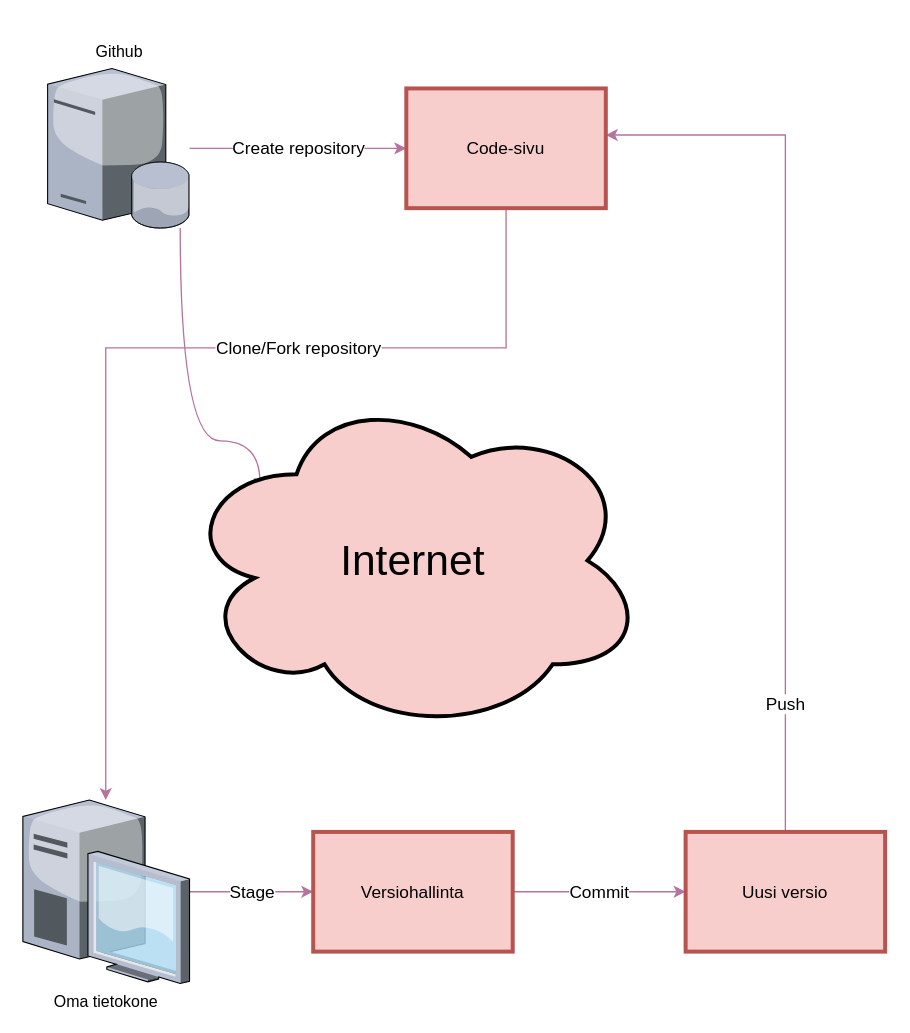
Before: docs/pictures/versiohallinta.drawio in millahuotari/Start, a draw.io diagram. Source tidied: cells renumbered, new cells numbered last; positions are measured from the earlier drawing's top-left corner, leaving out a move shared by most shapes. Both pictures are drawn from the tidied source at 133%, with x=0, y=0 at pixel (23, 68).
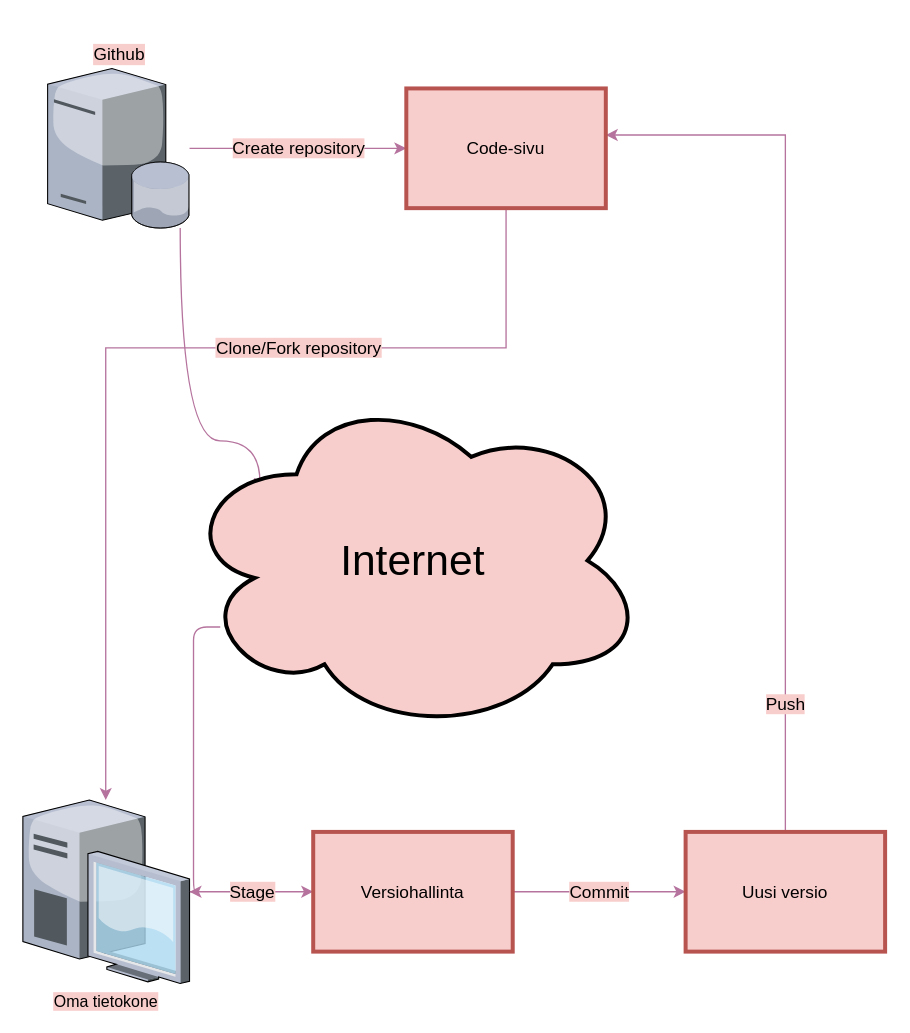
The same page after the edit.

Commit message (it also covers changes not shown here):
Versiohallinta tumma pohja uusin

The change refers to these unchanged cells:
```xml
<mxCell id="8" value="&lt;font face=&quot;Helvetica&quot;&gt;Versiohallinta&lt;/font&gt;" style="rounded=0;whiteSpace=wrap;html=1;fontFamily=Georgia;fontSize=13;fillColor=#f8cecc;strokeColor=#b85450;strokeWidth=3;" parent="1" vertex="1">
  <mxGeometry x="218" y="574" width="150" height="90" as="geometry" />
</mxCell>
<mxCell id="10" value="&lt;font face=&quot;Helvetica&quot;&gt;Uusi versio&lt;/font&gt;" style="rounded=0;whiteSpace=wrap;html=1;fontFamily=Georgia;fontSize=13;fillColor=#f8cecc;strokeColor=#b85450;strokeWidth=3;" parent="1" vertex="1">
  <mxGeometry x="498" y="574" width="150" height="90" as="geometry" />
</mxCell>
<mxCell id="12" value="&lt;font face=&quot;Helvetica&quot;&gt;Code-sivu&lt;/font&gt;" style="rounded=0;whiteSpace=wrap;html=1;fontFamily=Georgia;fontSize=13;fillColor=#f8cecc;strokeColor=#b85450;strokeWidth=3;" parent="1" vertex="1">
  <mxGeometry x="288" y="15" width="150" height="90" as="geometry" />
</mxCell>
<mxCell id="13" value="Internet" style="ellipse;shape=cloud;whiteSpace=wrap;html=1;strokeWidth=3;fontFamily=Helvetica;fontSize=32;fillColor=#F8CECC;gradientColor=none;" parent="1" vertex="1">
  <mxGeometry x="118" y="240" width="350" height="260" as="geometry" />
</mxCell>
```

Diff of the diagram source:
```diff
@@
-    <mxCell id="2" value="Create repository" style="edgeStyle=orthogonalEdgeStyle;rounded=0;jettySize=auto;html=1;fontFamily=Helvetica;fontSize=13;strokeColor=#B5739D;" parent="1" edge="1" source="4" target="12">
+    <mxCell id="2" value="Create repository" style="edgeStyle=orthogonalEdgeStyle;rounded=0;jettySize=auto;html=1;fontFamily=Helvetica;fontSize=13;strokeColor=#B5739D;labelBackgroundColor=#F8CECC;" parent="1" edge="1" source="4" target="12">
       <mxGeometry relative="1" as="geometry">
         <Array as="points">
           <mxPoint x="178" y="60" />
           <mxPoint x="178" y="60" />
         </Array>
       </mxGeometry>
     </mxCell>
@@
-    <mxCell id="4" value="&lt;font face=&quot;Helvetica&quot;&gt;&lt;span style=&quot;font-size: 12px;&quot;&gt;Github&lt;/span&gt;&lt;/font&gt;" style="verticalLabelPosition=top;sketch=0;html=1;verticalAlign=bottom;strokeColor=none;align=center;outlineConnect=0;shape=mxgraph.citrix.database_server;fontFamily=Georgia;fontSize=25;gradientColor=none;labelPosition=center;" parent="1" vertex="1">
+    <mxCell id="4" value="&lt;font face=&quot;Helvetica&quot;&gt;Github&lt;/font&gt;" style="verticalLabelPosition=top;sketch=0;html=1;verticalAlign=bottom;strokeColor=none;align=center;outlineConnect=0;shape=mxgraph.citrix.database_server;fontFamily=Georgia;fontSize=13;gradientColor=none;labelPosition=center;fontColor=#000000;labelBackgroundColor=#F8CECC;" parent="1" vertex="1">
       <mxGeometry x="18.3" width="106.7" height="120" as="geometry" />
     </mxCell>
-    <mxCell id="5" value="Stage" style="edgeStyle=orthogonalEdgeStyle;rounded=0;jettySize=auto;html=1;entryX=0;entryY=0.5;entryDx=0;entryDy=0;fontFamily=Helvetica;fontSize=13;strokeColor=#B5739D;" parent="1" edge="1" source="6" target="8">
+    <mxCell id="5" value="Stage" style="edgeStyle=orthogonalEdgeStyle;rounded=0;jettySize=auto;html=1;entryX=0;entryY=0.5;entryDx=0;entryDy=0;fontFamily=Helvetica;fontSize=13;strokeColor=#B5739D;fontColor=#000000;labelBackgroundColor=#F8CECC;" parent="1" edge="1" source="6" target="8">
       <mxGeometry relative="1" as="geometry" />
     </mxCell>
-    <mxCell id="6" value="&lt;font face=&quot;Helvetica&quot;&gt;Oma tietokone&lt;/font&gt;" style="verticalLabelPosition=bottom;sketch=0;html=1;verticalAlign=top;strokeColor=none;align=center;outlineConnect=0;shape=mxgraph.citrix.desktop;fontFamily=Georgia;fontSize=12;gradientColor=none;" parent="1" vertex="1">
+    <mxCell id="6" value="&lt;font face=&quot;Helvetica&quot;&gt;Oma tietokone&lt;/font&gt;" style="verticalLabelPosition=bottom;sketch=0;html=1;verticalAlign=top;strokeColor=none;align=center;outlineConnect=0;shape=mxgraph.citrix.desktop;fontFamily=Georgia;fontSize=12;gradientColor=none;labelBackgroundColor=#F8CECC;" parent="1" vertex="1">
       <mxGeometry x="-0.3" y="550" width="125.3" height="138" as="geometry" />
     </mxCell>
-    <mxCell id="7" value="Commit" style="edgeStyle=orthogonalEdgeStyle;rounded=0;jettySize=auto;html=1;entryX=0;entryY=0.5;entryDx=0;entryDy=0;fontFamily=Helvetica;fontSize=13;strokeColor=#B5739D;" parent="1" edge="1" source="8" target="10">
+    <mxCell id="7" value="Commit" style="edgeStyle=orthogonalEdgeStyle;rounded=0;jettySize=auto;html=1;entryX=0;entryY=0.5;entryDx=0;entryDy=0;fontFamily=Helvetica;fontSize=13;strokeColor=#B5739D;fontColor=#000000;labelBackgroundColor=#F8CECC;" parent="1" edge="1" source="8" target="10">
       <mxGeometry relative="1" as="geometry" />
     </mxCell>
@@
-    <mxCell id="9" value="Push" style="edgeStyle=orthogonalEdgeStyle;rounded=0;jettySize=auto;html=1;entryX=1;entryY=0.389;entryDx=0;entryDy=0;entryPerimeter=0;fontFamily=Helvetica;fontSize=13;strokeColor=#B5739D;" parent="1" edge="1" source="10" target="12">
+    <mxCell id="9" value="Push" style="edgeStyle=orthogonalEdgeStyle;rounded=0;jettySize=auto;html=1;entryX=1;entryY=0.389;entryDx=0;entryDy=0;entryPerimeter=0;fontFamily=Helvetica;fontSize=13;strokeColor=#B5739D;labelBackgroundColor=#F8CECC;" parent="1" edge="1" source="10" target="12">
       <mxGeometry x="-0.71" relative="1" as="geometry">
         <Array as="points">
           <mxPoint x="573" y="50" />
         </Array>
       </mxGeometry>
     </mxCell>
@@
-    <mxCell id="11" value="Clone/Fork repository" style="edgeStyle=orthogonalEdgeStyle;rounded=0;jettySize=auto;html=1;fontFamily=Helvetica;fontSize=13;strokeColor=#B5739D;" parent="1" edge="1" source="12" target="6">
+    <mxCell id="11" value="Clone/Fork repository" style="edgeStyle=orthogonalEdgeStyle;rounded=0;jettySize=auto;html=1;fontFamily=Helvetica;fontSize=13;strokeColor=#B5739D;labelBackgroundColor=#F8CECC;" parent="1" edge="1" source="12" target="6">
       <mxGeometry x="-0.3" relative="1" as="geometry">
         <Array as="points">
           <mxPoint x="363" y="210" />
           <mxPoint x="62" y="210" />
         </Array>
       </mxGeometry>
     </mxCell>
@@
+    <mxCell id="14" style="edgeStyle=orthogonalEdgeStyle;jettySize=auto;html=1;strokeColor=#B5739D;fontFamily=Helvetica;fontSize=32;rounded=1;exitX=0.086;exitY=0.692;exitDx=0;exitDy=0;exitPerimeter=0;" parent="1" edge="1" source="13" target="6">
+      <mxGeometry relative="1" as="geometry">
+        <Array as="points">
+          <mxPoint x="128" y="420" />
+          <mxPoint x="128" y="619" />
+        </Array>
+      </mxGeometry>
+    </mxCell>
```
